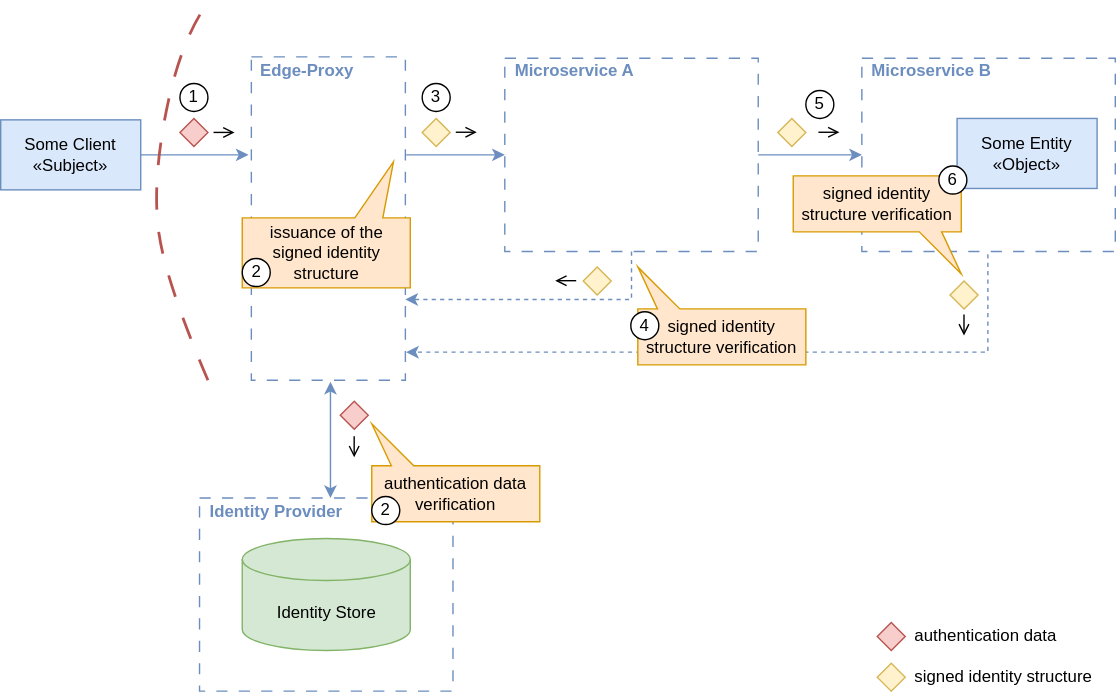
This is assets/Edge_Level_Based_Identity_Propagation.svg from dadrus/CheatSheetSeries, a draw.io export, as it was before one commit. Source tidied: cells renumbered, new cells last; positions are measured from the earlier drawing's top-left corner, leaving out a move shared by most shapes. Source of this version:
```xml
<mxGraphModel>
  <root>
    <mxCell id="0" />
    <mxCell id="1" parent="0" />
    <mxCell id="2" style="rounded=0;whiteSpace=wrap;html=1;fillColor=none;strokeColor=#6c8ebf;dashed=1;dashPattern=8 8;" parent="1" vertex="1">
      <mxGeometry x="142" y="354" width="181" height="138" as="geometry" />
    </mxCell>
    <mxCell id="3" style="edgeStyle=orthogonalEdgeStyle;rounded=0;jettySize=auto;html=1;entryX=1.005;entryY=0.913;entryDx=0;entryDy=0;fillColor=#dae8fc;strokeColor=#6c8ebf;entryPerimeter=0;dashed=1;" parent="1" edge="1" target="13">
      <mxGeometry relative="1" as="geometry">
        <mxPoint x="705" y="180" as="sourcePoint" />
        <Array as="points">
          <mxPoint x="705" y="250" />
        </Array>
      </mxGeometry>
    </mxCell>
    <mxCell id="4" style="rounded=0;whiteSpace=wrap;html=1;fillColor=none;strokeColor=#6c8ebf;dashed=1;dashPattern=8 8;" parent="1" vertex="1">
      <mxGeometry x="615" y="40" width="181" height="138" as="geometry" />
    </mxCell>
    <mxCell id="5" style="edgeStyle=orthogonalEdgeStyle;rounded=0;jettySize=auto;html=1;entryX=0;entryY=0.5;entryDx=0;entryDy=0;fillColor=#dae8fc;strokeColor=#6c8ebf;" parent="1" edge="1" source="6" target="4">
      <mxGeometry relative="1" as="geometry" />
    </mxCell>
    <mxCell id="6" style="rounded=0;whiteSpace=wrap;html=1;fillColor=none;strokeColor=#6c8ebf;dashed=1;dashPattern=8 8;" parent="1" vertex="1">
      <mxGeometry x="360" y="40" width="181" height="138" as="geometry" />
    </mxCell>
    <mxCell id="7" value="Some Entity&lt;br&gt;«Object»" style="rounded=0;whiteSpace=wrap;html=1;fillColor=#dae8fc;strokeColor=#6c8ebf;" parent="1" vertex="1">
      <mxGeometry x="683" y="83" width="100" height="50" as="geometry" />
    </mxCell>
    <mxCell id="8" style="rhombus;whiteSpace=wrap;html=1;fillColor=#f8cecc;strokeColor=#b85450;" parent="1" vertex="1">
      <mxGeometry x="626" y="443" width="20" height="20" as="geometry" />
    </mxCell>
    <mxCell id="9" value="authentication data" style="text;html=1;align=left;verticalAlign=middle;whiteSpace=wrap;rounded=0;" parent="1" vertex="1">
      <mxGeometry x="651" y="443" width="118" height="20" as="geometry" />
    </mxCell>
    <mxCell id="10" value="&lt;div align=&quot;center&quot;&gt;Microservice A&lt;/div&gt;" style="text;html=1;align=center;verticalAlign=middle;whiteSpace=wrap;rounded=0;fillColor=none;fontColor=#6C8EBF;fontStyle=1;" parent="1" vertex="1">
      <mxGeometry x="360" y="39" width="100" height="19" as="geometry" />
    </mxCell>
    <mxCell id="11" value="&lt;div align=&quot;center&quot;&gt;Microservice B&lt;/div&gt;" style="text;html=1;align=center;verticalAlign=middle;whiteSpace=wrap;rounded=0;fillColor=none;fontColor=#6C8EBF;fontStyle=1;" parent="1" vertex="1">
      <mxGeometry x="615" y="39" width="100" height="19" as="geometry" />
    </mxCell>
    <mxCell id="12" style="edgeStyle=orthogonalEdgeStyle;rounded=0;jettySize=auto;html=1;entryX=0;entryY=0.5;entryDx=0;entryDy=0;fillColor=#dae8fc;strokeColor=#6c8ebf;exitX=1.005;exitY=0.303;exitDx=0;exitDy=0;exitPerimeter=0;" parent="1" edge="1" source="13" target="6">
      <mxGeometry relative="1" as="geometry" />
    </mxCell>
    <mxCell id="13" style="rounded=0;whiteSpace=wrap;html=1;fillColor=none;strokeColor=#6c8ebf;dashed=1;dashPattern=8 8;" parent="1" vertex="1">
      <mxGeometry x="179" y="39" width="110" height="231" as="geometry" />
    </mxCell>
    <mxCell id="14" value="Edge-Proxy" style="text;html=1;align=center;verticalAlign=middle;whiteSpace=wrap;rounded=0;fillColor=none;fontColor=#6C8EBF;fontStyle=1;" parent="1" vertex="1">
      <mxGeometry x="179" y="39" width="80" height="19" as="geometry" />
    </mxCell>
    <mxCell id="15" style="endArrow=classic;html=1;rounded=0;exitX=1;exitY=0.5;exitDx=0;exitDy=0;fillColor=#dae8fc;strokeColor=#6c8ebf;" parent="1" edge="1" source="18">
      <mxGeometry relative="1" as="geometry">
        <mxPoint x="177" y="109" as="targetPoint" />
      </mxGeometry>
    </mxCell>
    <mxCell id="16" style="rhombus;whiteSpace=wrap;html=1;fillColor=#f8cecc;strokeColor=#b85450;direction=south;" parent="1" vertex="1">
      <mxGeometry x="128" y="83" width="20" height="20" as="geometry" />
    </mxCell>
    <mxCell id="17" style="rhombus;whiteSpace=wrap;html=1;fillColor=#fff2cc;strokeColor=#d6b656;" parent="1" vertex="1">
      <mxGeometry x="301" y="83" width="20" height="20" as="geometry" />
    </mxCell>
    <mxCell id="18" value="Some Client&lt;br&gt;«Subject»" style="rounded=0;whiteSpace=wrap;html=1;fillColor=#dae8fc;strokeColor=#6c8ebf;" parent="1" vertex="1">
      <mxGeometry y="84" width="100" height="50" as="geometry" />
    </mxCell>
    <mxCell id="19" value="signed identity structure" style="text;html=1;align=left;verticalAlign=middle;whiteSpace=wrap;rounded=0;" parent="1" vertex="1">
      <mxGeometry x="651" y="472" width="145" height="20" as="geometry" />
    </mxCell>
    <mxCell id="20" value="Identity Store" style="shape=cylinder3;whiteSpace=wrap;html=1;boundedLbl=1;backgroundOutline=1;size=15;fillColor=#d5e8d4;strokeColor=#82b366;" parent="1" vertex="1">
      <mxGeometry x="172.5" y="383" width="120" height="80" as="geometry" />
    </mxCell>
    <mxCell id="21" value="Identity Provider" style="text;html=1;align=center;verticalAlign=middle;whiteSpace=wrap;rounded=0;fillColor=none;fontColor=#6C8EBF;fontStyle=1;" parent="1" vertex="1">
      <mxGeometry x="142" y="354" width="110" height="19" as="geometry" />
    </mxCell>
    <mxCell id="22" style="rhombus;whiteSpace=wrap;html=1;fillColor=#fff2cc;strokeColor=#d6b656;" parent="1" vertex="1">
      <mxGeometry x="626" y="472" width="20" height="20" as="geometry" />
    </mxCell>
    <mxCell id="23" style="endArrow=open;html=1;rounded=0;endFill=0;" parent="1" edge="1">
      <mxGeometry relative="1" as="geometry">
        <mxPoint x="152" y="93" as="sourcePoint" />
        <mxPoint x="167" y="93" as="targetPoint" />
      </mxGeometry>
    </mxCell>
    <mxCell id="24" style="endArrow=open;html=1;rounded=0;endFill=0;" parent="1" edge="1">
      <mxGeometry relative="1" as="geometry">
        <mxPoint x="325" y="92.8" as="sourcePoint" />
        <mxPoint x="340" y="92.8" as="targetPoint" />
      </mxGeometry>
    </mxCell>
    <mxCell id="25" style="rhombus;whiteSpace=wrap;html=1;fillColor=#fff2cc;strokeColor=#d6b656;" parent="1" vertex="1">
      <mxGeometry x="555" y="83" width="20" height="20" as="geometry" />
    </mxCell>
    <mxCell id="26" style="endArrow=open;html=1;rounded=0;endFill=0;" parent="1" edge="1">
      <mxGeometry relative="1" as="geometry">
        <mxPoint x="584" y="92.9" as="sourcePoint" />
        <mxPoint x="599" y="92.9" as="targetPoint" />
      </mxGeometry>
    </mxCell>
    <mxCell id="27" style="edgeStyle=orthogonalEdgeStyle;rounded=0;orthogonalLoop=1;jettySize=auto;html=1;entryX=0.5;entryY=0;entryDx=0;entryDy=0;fillColor=#dae8fc;strokeColor=#6c8ebf;startArrow=classic;startFill=1;" parent="1" edge="1">
      <mxGeometry relative="1" as="geometry">
        <mxPoint x="235.5" y="271" as="sourcePoint" />
        <mxPoint x="235.5" y="354" as="targetPoint" />
      </mxGeometry>
    </mxCell>
    <mxCell id="28" style="rhombus;whiteSpace=wrap;html=1;fillColor=#f8cecc;strokeColor=#b85450;" parent="1" vertex="1">
      <mxGeometry x="242.5" y="285" width="20" height="20" as="geometry" />
    </mxCell>
    <mxCell id="29" style="endArrow=open;html=1;rounded=0;endFill=0;" parent="1" edge="1">
      <mxGeometry relative="1" as="geometry">
        <mxPoint x="252.4" y="310" as="sourcePoint" />
        <mxPoint x="252.4" y="325" as="targetPoint" />
      </mxGeometry>
    </mxCell>
    <mxCell id="30" value="authentication data verification" style="shape=callout;whiteSpace=wrap;html=1;perimeter=calloutPerimeter;base=16;size=30;position=0.75;position2=1;flipV=1;fillColor=#ffe6cc;strokeColor=#d79b00;flipH=1;" parent="1" vertex="1">
      <mxGeometry x="265" y="301" width="120" height="70" as="geometry" />
    </mxCell>
    <mxCell id="31" value="issuance of the signed identity structure" style="shape=callout;whiteSpace=wrap;html=1;perimeter=calloutPerimeter;base=20;size=40;position=0.67;position2=0.9;flipV=1;fillColor=#ffe6cc;strokeColor=#d79b00;" parent="1" vertex="1">
      <mxGeometry x="172.5" y="114" width="120" height="90" as="geometry" />
    </mxCell>
    <mxCell id="32" style="rhombus;whiteSpace=wrap;html=1;fillColor=#fff2cc;strokeColor=#d6b656;flipV=1;" parent="1" vertex="1">
      <mxGeometry x="678" y="199" width="20" height="20" as="geometry" />
    </mxCell>
    <mxCell id="33" style="endArrow=open;html=1;rounded=0;endFill=0;" parent="1" edge="1">
      <mxGeometry relative="1" as="geometry">
        <mxPoint x="687.9" y="223" as="sourcePoint" />
        <mxPoint x="687.9" y="238" as="targetPoint" />
      </mxGeometry>
    </mxCell>
    <mxCell id="34" value="signed identity structure verification" style="shape=callout;whiteSpace=wrap;html=1;perimeter=calloutPerimeter;base=16;size=30;position=0.75;position2=1;flipV=0;fillColor=#ffe6cc;strokeColor=#d79b00;" parent="1" vertex="1">
      <mxGeometry x="566" y="124" width="120" height="70" as="geometry" />
    </mxCell>
    <mxCell id="35" value="1" style="ellipse;whiteSpace=wrap;html=1;" parent="1" vertex="1">
      <mxGeometry x="128" y="58" width="20" height="20" as="geometry" />
    </mxCell>
    <mxCell id="36" value="3" style="ellipse;whiteSpace=wrap;html=1;" parent="1" vertex="1">
      <mxGeometry x="301" y="58" width="20" height="20" as="geometry" />
    </mxCell>
    <mxCell id="37" value="2" style="ellipse;whiteSpace=wrap;html=1;" parent="1" vertex="1">
      <mxGeometry x="265" y="353" width="20" height="20" as="geometry" />
    </mxCell>
    <mxCell id="38" value="5" style="ellipse;whiteSpace=wrap;html=1;" parent="1" vertex="1">
      <mxGeometry x="575" y="63" width="20" height="20" as="geometry" />
    </mxCell>
    <mxCell id="39" value="6" style="ellipse;whiteSpace=wrap;html=1;" parent="1" vertex="1">
      <mxGeometry x="670" y="117" width="20" height="20" as="geometry" />
    </mxCell>
    <mxCell id="40" value="2" style="ellipse;whiteSpace=wrap;html=1;" parent="1" vertex="1">
      <mxGeometry x="172.5" y="183" width="20" height="20" as="geometry" />
    </mxCell>
    <mxCell id="41" style="edgeStyle=orthogonalEdgeStyle;rounded=0;jettySize=auto;html=1;entryX=1;entryY=0.75;entryDx=0;entryDy=0;fillColor=#dae8fc;strokeColor=#6c8ebf;exitX=0.5;exitY=1;exitDx=0;exitDy=0;dashed=1;" parent="1" edge="1" source="6" target="13">
      <mxGeometry relative="1" as="geometry">
        <Array as="points">
          <mxPoint x="451" y="212" />
        </Array>
      </mxGeometry>
    </mxCell>
    <mxCell id="42" style="rhombus;whiteSpace=wrap;html=1;fillColor=#fff2cc;strokeColor=#d6b656;" parent="1" vertex="1">
      <mxGeometry x="416" y="189" width="20" height="20" as="geometry" />
    </mxCell>
    <mxCell id="43" style="endArrow=open;html=1;rounded=0;endFill=0;" parent="1" edge="1">
      <mxGeometry relative="1" as="geometry">
        <mxPoint x="411" y="198.9" as="sourcePoint" />
        <mxPoint x="396" y="198.9" as="targetPoint" />
      </mxGeometry>
    </mxCell>
    <mxCell id="44" value="signed identity structure verification" style="shape=callout;whiteSpace=wrap;html=1;perimeter=calloutPerimeter;base=16;size=30;position=0.75;position2=1;flipV=1;fillColor=#ffe6cc;strokeColor=#d79b00;flipH=1;" parent="1" vertex="1">
      <mxGeometry x="455" y="189" width="120" height="70" as="geometry" />
    </mxCell>
    <mxCell id="45" value="4" style="ellipse;whiteSpace=wrap;html=1;flipH=1;" parent="1" vertex="1">
      <mxGeometry x="450" y="221" width="20" height="20" as="geometry" />
    </mxCell>
    <mxCell id="46" style="curved=1;endArrow=none;html=1;rounded=0;dashed=1;dashPattern=8 8;startFill=0;fillColor=#f8cecc;strokeColor=#b85450;startSize=9;endSize=8;strokeWidth=2;" parent="1" edge="1">
      <mxGeometry relative="1" as="geometry">
        <mxPoint x="148" y="270" as="sourcePoint" />
        <mxPoint x="148" as="targetPoint" />
        <Array as="points">
          <mxPoint x="118" y="200" />
          <mxPoint x="108" y="130" />
          <mxPoint x="128" y="28" />
        </Array>
      </mxGeometry>
    </mxCell>
  </root>
</mxGraphModel>
```
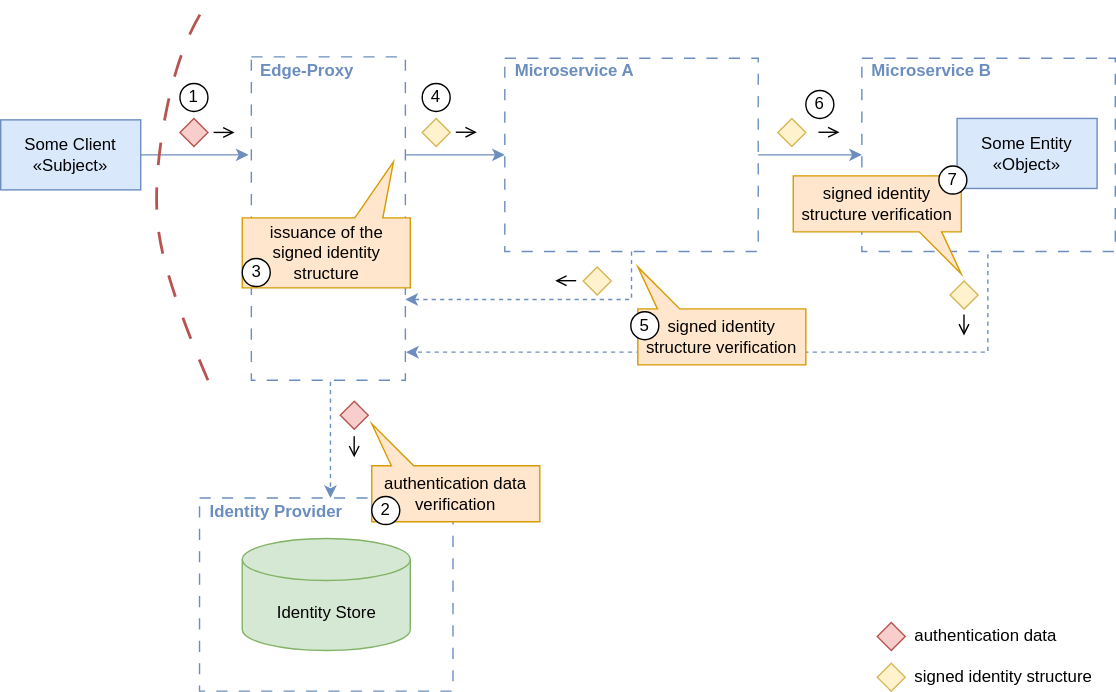
The same file after the commit.

The edit, as a diff of the source:
```diff
@@ -93,7 +93,7 @@
         <mxPoint x="599" y="92.9" as="targetPoint" />
       </mxGeometry>
     </mxCell>
-    <mxCell id="27" style="edgeStyle=orthogonalEdgeStyle;rounded=0;orthogonalLoop=1;jettySize=auto;html=1;entryX=0.5;entryY=0;entryDx=0;entryDy=0;fillColor=#dae8fc;strokeColor=#6c8ebf;startArrow=classic;startFill=1;" parent="1" edge="1">
+    <mxCell id="27" style="edgeStyle=orthogonalEdgeStyle;rounded=0;orthogonalLoop=1;jettySize=auto;html=1;entryX=0.5;entryY=0;entryDx=0;entryDy=0;fillColor=#dae8fc;strokeColor=#6c8ebf;startArrow=none;startFill=0;dashed=1;" parent="1" edge="1">
       <mxGeometry relative="1" as="geometry">
         <mxPoint x="235.5" y="271" as="sourcePoint" />
         <mxPoint x="235.5" y="354" as="targetPoint" />
@@ -129,19 +129,19 @@
     <mxCell id="35" value="1" style="ellipse;whiteSpace=wrap;html=1;" parent="1" vertex="1">
       <mxGeometry x="128" y="58" width="20" height="20" as="geometry" />
     </mxCell>
-    <mxCell id="36" value="3" style="ellipse;whiteSpace=wrap;html=1;" parent="1" vertex="1">
+    <mxCell id="36" value="4" style="ellipse;whiteSpace=wrap;html=1;" parent="1" vertex="1">
       <mxGeometry x="301" y="58" width="20" height="20" as="geometry" />
     </mxCell>
     <mxCell id="37" value="2" style="ellipse;whiteSpace=wrap;html=1;" parent="1" vertex="1">
       <mxGeometry x="265" y="353" width="20" height="20" as="geometry" />
     </mxCell>
-    <mxCell id="38" value="5" style="ellipse;whiteSpace=wrap;html=1;" parent="1" vertex="1">
+    <mxCell id="38" value="6" style="ellipse;whiteSpace=wrap;html=1;" parent="1" vertex="1">
       <mxGeometry x="575" y="63" width="20" height="20" as="geometry" />
     </mxCell>
-    <mxCell id="39" value="6" style="ellipse;whiteSpace=wrap;html=1;" parent="1" vertex="1">
+    <mxCell id="39" value="7" style="ellipse;whiteSpace=wrap;html=1;" parent="1" vertex="1">
       <mxGeometry x="670" y="117" width="20" height="20" as="geometry" />
     </mxCell>
-    <mxCell id="40" value="2" style="ellipse;whiteSpace=wrap;html=1;" parent="1" vertex="1">
+    <mxCell id="40" value="3" style="ellipse;whiteSpace=wrap;html=1;" parent="1" vertex="1">
       <mxGeometry x="172.5" y="183" width="20" height="20" as="geometry" />
     </mxCell>
     <mxCell id="41" style="edgeStyle=orthogonalEdgeStyle;rounded=0;jettySize=auto;html=1;entryX=1;entryY=0.75;entryDx=0;entryDy=0;fillColor=#dae8fc;strokeColor=#6c8ebf;exitX=0.5;exitY=1;exitDx=0;exitDy=0;dashed=1;" parent="1" edge="1" source="6" target="13">
@@ -163,7 +163,7 @@
     <mxCell id="44" value="signed identity structure verification" style="shape=callout;whiteSpace=wrap;html=1;perimeter=calloutPerimeter;base=16;size=30;position=0.75;position2=1;flipV=1;fillColor=#ffe6cc;strokeColor=#d79b00;flipH=1;" parent="1" vertex="1">
       <mxGeometry x="455" y="189" width="120" height="70" as="geometry" />
     </mxCell>
-    <mxCell id="45" value="4" style="ellipse;whiteSpace=wrap;html=1;flipH=1;" parent="1" vertex="1">
+    <mxCell id="45" value="5" style="ellipse;whiteSpace=wrap;html=1;flipH=1;" parent="1" vertex="1">
       <mxGeometry x="450" y="221" width="20" height="20" as="geometry" />
     </mxCell>
     <mxCell id="46" style="curved=1;endArrow=none;html=1;rounded=0;dashed=1;dashPattern=8 8;startFill=0;fillColor=#f8cecc;strokeColor=#b85450;startSize=9;endSize=8;strokeWidth=2;" parent="1" edge="1">
```
